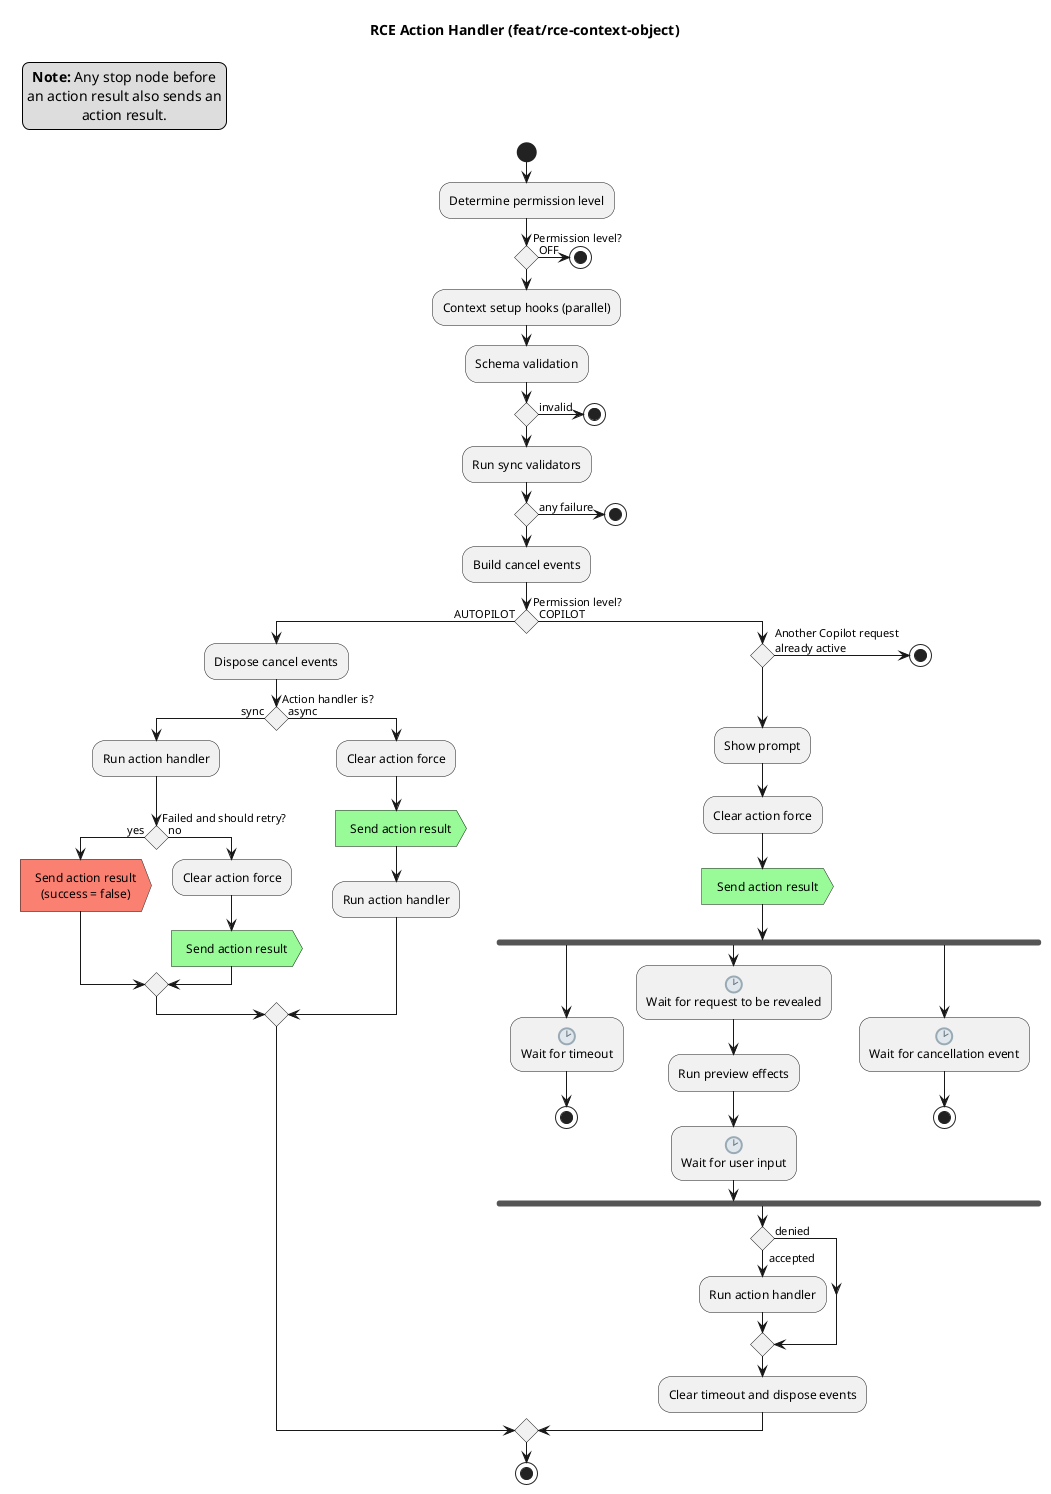
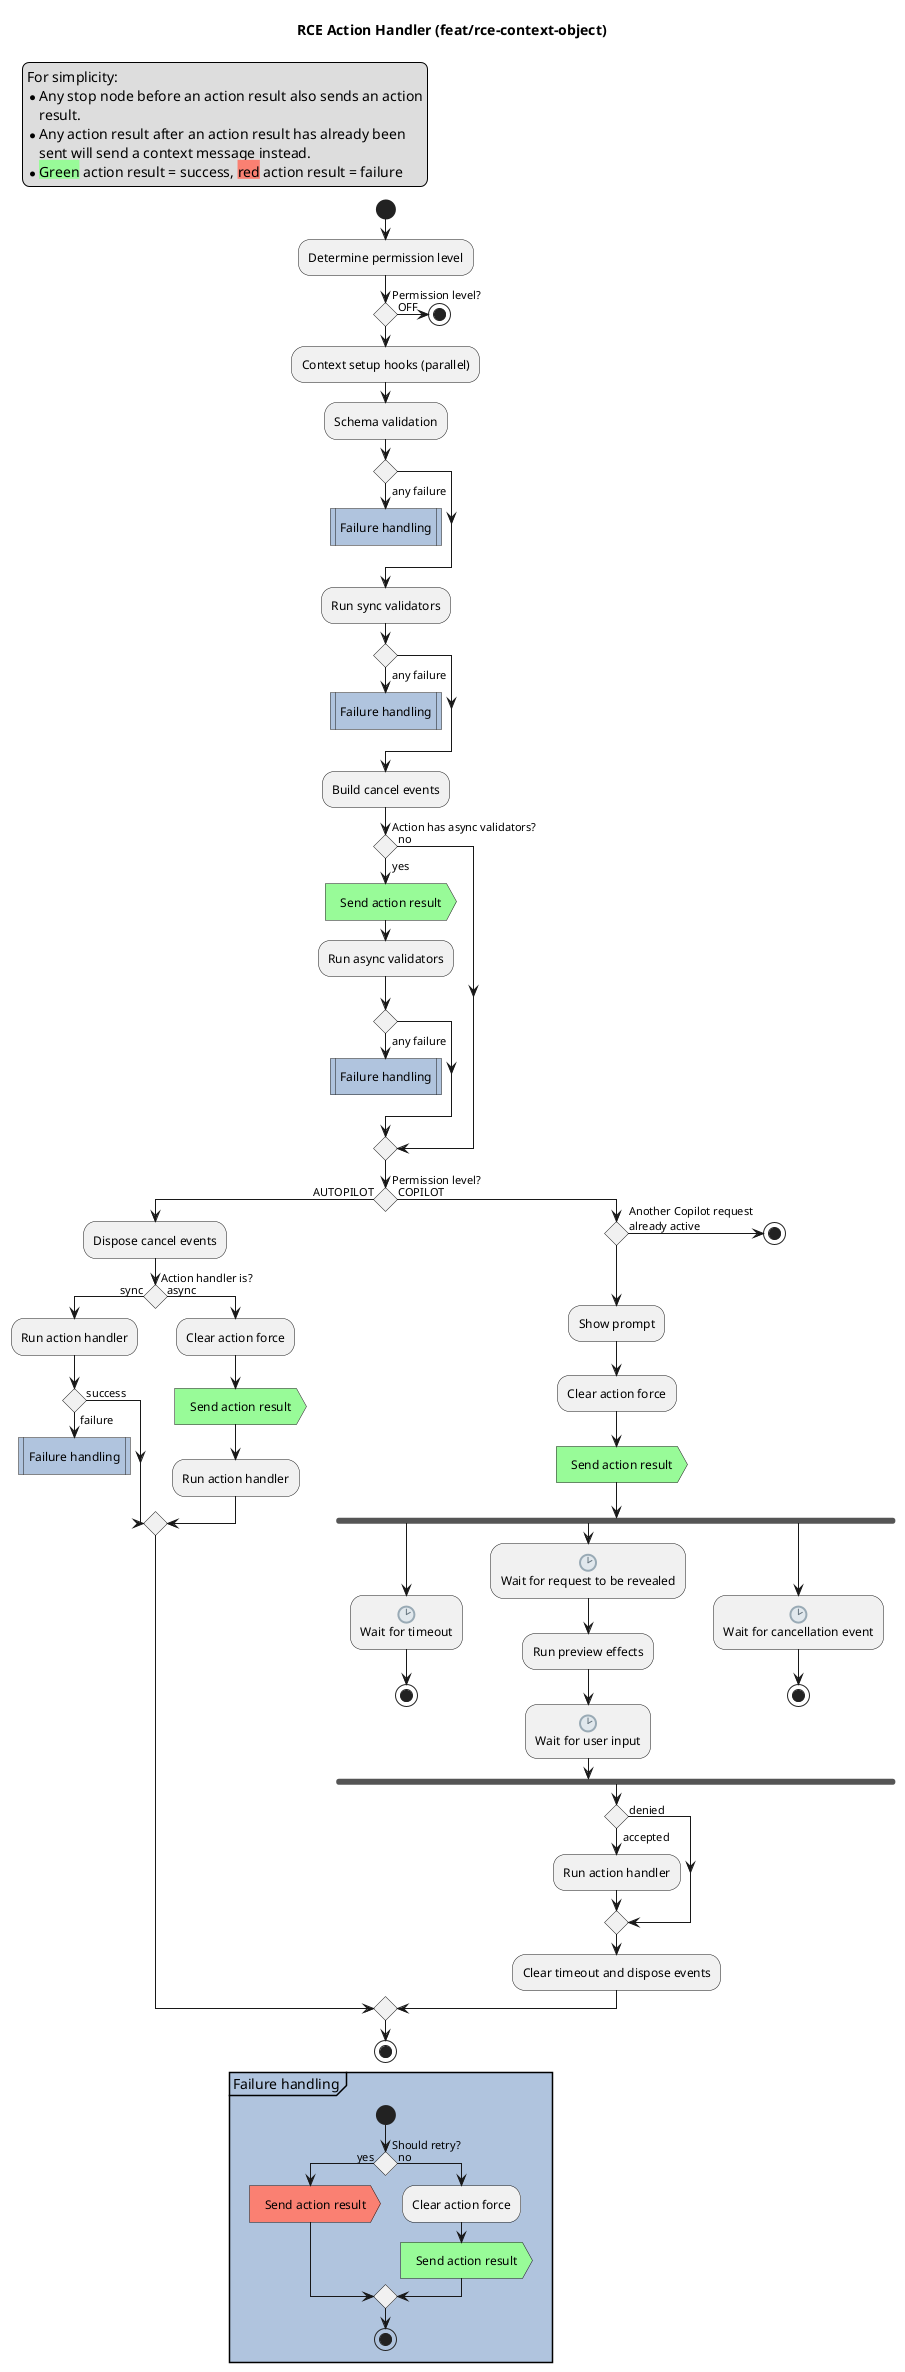
@startuml RCEActionHandler

skinparam conditionStyle diamond
<style>
activityDiagram {
-     HorizontalAlignment center
-     MaximumWidth 200
+     legend {
+         MaximumWidth 400
+     }
+ 
+     activity {
+         HorizontalAlignment center
+         MaximumWidth 200
+     }

    diamond {
        Padding 100
    }
+ 
+     .procedure {
+         BackgroundColor LightSteelBlue
+     }
}
</style>
- 
- !unquoted procedure $stopif($condition)
-     if ($condition) then (yes)
-         stop
-     else (no)
-     endif
- !endprocedure
- !unquoted procedure $stopunless($condition)
-     if ($condition) then (yes)
-     else (no)
-         stop
-     endif
- !endprocedure

title RCE Action Handler (feat/rce-context-object)

legend top left
-     **Note:** Any stop node before an action result also sends an action result.
+     For simplicity:
+     * Any stop node before an action result also sends an action result.
+     * Any action result after an action result has already been sent will send a context message instead.
+     * <back:PaleGreen>Green</back> action result = success, <back:Salmon>red</back> action result = failure
endlegend

start

:Determine permission level;
if (Permission level?) then (OFF)
    stop
endif
:Context setup hooks (parallel);
:Schema validation;
- if () then (invalid)
-     stop
+ if () then (any failure)
+     :Failure handling; <<procedure>>
+     detach
endif
:Run sync validators;
if () then (any failure)
-     stop
+     :Failure handling; <<procedure>>
+     detach
endif
:Build cancel events;
+ if (Action has async validators?) then (yes)
+     #PaleGreen:Send action result; <<output>>
+     :Run async validators;
+     if () then (any failure)
+         :Failure handling; <<procedure>>
+         detach
+     endif
+ else (no)
+ endif
if (Permission level?) then (AUTOPILOT)
    :Dispose cancel events;
    if (Action handler is?) then (sync)
        :Run action handler;
-         if (Failed and should retry?) then (yes)
-             #Salmon:Send action result
-             (success = false); <<output>>
-         else (no)
-             :Clear action force;
-             #PaleGreen:Send action result; <<output>>
+         if () then (success)
+         else (failure)
+             :Failure handling; <<procedure>>
+             detach
        endif
    else (async)
        :Clear action force;
        #PaleGreen:Send action result; <<output>>
        :Run action handler;
    endif
else (COPILOT)
    if () then (Another Copilot request\nalready active)
        stop
    endif
    :Show prompt;
    :Clear action force;
    #PaleGreen:Send action result; <<output>>
    fork
        :<:clock2:>\nWait for timeout;
        stop
    fork again
        :<:clock2:>\nWait for request to be revealed;
        :Run preview effects;
        :<:clock2:>\nWait for user input;
    fork again
        :<:clock2:>\nWait for cancellation event;
        stop
    end fork
    if () then (accepted)
        :Run action handler;
    else (denied)
    endif
    :Clear timeout and dispose events;
endif

stop

+ partition #LightSteelBlue Failure handling {
+     start
+     if (Should retry?) then (yes)
+         #Salmon:Send action result; <<output>>
+     else (no)
+         :Clear action force;
+         #PaleGreen:Send action result; <<output>>
+     endif
+     stop
+ }
+ 
' Current concerns:
' - Due to src/rce.ts:L505-515, every validator always fails.
' - If context setup hooks are parallel, they shouldn't be awaited before the result is sent, as that might delay the result.
'   - So they must either be moved to after the action result, or be split into sync/async like the validators.
'   - Problem: They can't pre-generate data for sync validators if they're moved after the action result.
' - Timeout and events are not cleared / disposed until the handler completes. For async handlers they might trigger mid-execution.
' - We build and immediately dispose cancel events for Autopilot mode, we should consider moving that into the Copilot mode branch.

@enduml